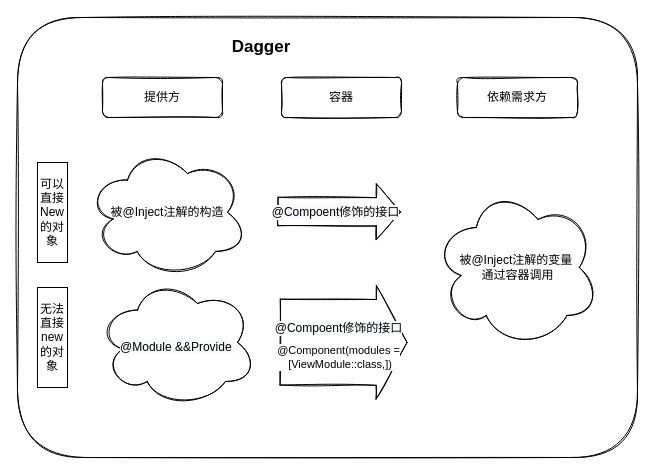
This is image/未命名绘图.drawio from Xiaojiu666/Knowledge, a draw.io file, before an edit. Source tidied: cells renumbered, new cells numbered last; positions are measured from the earlier drawing's top-left corner, leaving out a move shared by most shapes. Both pictures are drawn from the tidied source at 100%, with x=0, y=0 at pixel (17, 17).
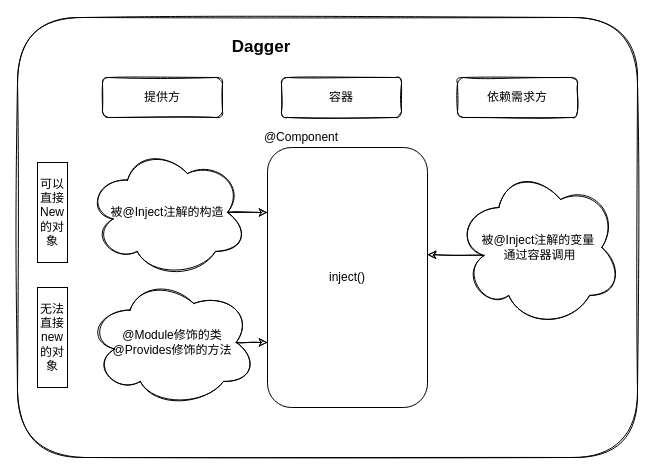
The same diagram, later.

The change refers to these unchanged cells:
```xml
<mxCell id="7" value="被@Inject注解的构造" style="ellipse;shape=cloud;whiteSpace=wrap;html=1;rounded=1;sketch=1;" parent="1" vertex="1">
  <mxGeometry x="70" y="130" width="160" height="130" as="geometry" />
</mxCell>
```

Diff of the diagram source:
```diff
@@
-    <mxCell id="3" style="ellipse;shape=cloud;whiteSpace=wrap;html=1;rounded=1;sketch=1;" parent="1" vertex="1">
-      <mxGeometry x="80" y="260" width="160" height="130" as="geometry" />
+    <mxCell id="3" value="@Module修饰的类&lt;br&gt;@Provides修饰的方法" style="ellipse;shape=cloud;whiteSpace=wrap;html=1;rounded=1;sketch=1;" parent="1" vertex="1">
+      <mxGeometry x="70" y="260" width="170" height="130" as="geometry" />
     </mxCell>
@@
-    <mxCell id="8" value="&lt;span style=&quot;color: rgb(0, 0, 0); font-family: helvetica; font-size: 12px; font-style: normal; font-weight: 400; letter-spacing: normal; text-align: center; text-indent: 0px; text-transform: none; word-spacing: 0px; background-color: rgb(248, 249, 250); display: inline; float: none;&quot;&gt;@Module &amp;amp;&amp;amp;Provide&amp;nbsp;&lt;/span&gt;" style="shape=flexArrow;endArrow=classic;html=1;width=28.333333333333336;endSize=7.750000000000001;sketch=1;endWidth=26.38888888888889;" parent="1" edge="1">
-      <mxGeometry x="-1" y="-169" relative="1" as="geometry">
-        <mxPoint x="260" y="194" as="sourcePoint" />
-        <mxPoint x="383.5" y="194.4" as="targetPoint" />
-        <mxPoint x="-99" y="-33" as="offset" />
-      </mxGeometry>
-    </mxCell>
-    <mxCell id="9" value="&lt;span style=&quot;font-size: 12px ; background-color: rgb(248 , 249 , 250)&quot;&gt;@Compoent修饰的接口&lt;/span&gt;" style="edgeLabel;html=1;align=center;verticalAlign=middle;" parent="8" vertex="1">
-      <mxGeometry x="-0.48" y="-1" relative="1" as="geometry">
-        <mxPoint x="25.7" y="-0.4" as="offset" />
-      </mxGeometry>
-    </mxCell>
     <mxCell id="10" value="被@Inject注解的变量&amp;nbsp;&lt;br&gt;通过容器调用" style="ellipse;shape=cloud;whiteSpace=wrap;html=1;rounded=1;sketch=1;" parent="1" vertex="1">
-      <mxGeometry x="417.5" y="170" width="165" height="160" as="geometry" />
+      <mxGeometry x="440" y="150" width="165" height="160" as="geometry" />
     </mxCell>
@@
-    <mxCell id="14" style="shape=flexArrow;endArrow=classic;html=1;width=85.83333333333334;endSize=9.908333333333335;sketch=1;endWidth=26.38888888888889;" parent="1" edge="1">
-      <mxGeometry x="-1" y="-155" relative="1" as="geometry">
-        <mxPoint x="262.2" y="324.6" as="sourcePoint" />
-        <mxPoint x="390" y="325" as="targetPoint" />
-        <mxPoint x="-122" y="-60" as="offset" />
-      </mxGeometry>
-    </mxCell>
-    <mxCell id="15" value="&lt;span style=&quot;font-size: 12px ; background-color: rgb(248 , 249 , 250)&quot;&gt;@Compoent修饰的接口&lt;/span&gt;" style="edgeLabel;html=1;align=center;verticalAlign=middle;" parent="14" vertex="1">
-      <mxGeometry x="-0.48" y="-1" relative="1" as="geometry">
-        <mxPoint x="25.7" y="-15.7" as="offset" />
-      </mxGeometry>
-    </mxCell>
-    <mxCell id="16" value="@Component(modules =&lt;br&gt;&amp;nbsp;[ViewModule::class,])" style="edgeLabel;html=1;align=center;verticalAlign=middle;" parent="14" vertex="1">
-      <mxGeometry x="-0.54" y="-6" relative="1" as="geometry">
-        <mxPoint x="29.4" y="9.3" as="offset" />
-      </mxGeometry>
-    </mxCell>
+    <mxCell id="17" value="inject()" style="rounded=1;whiteSpace=wrap;html=1;" parent="1" vertex="1">
+      <mxGeometry x="250" y="130" width="160" height="260" as="geometry" />
+    </mxCell>
+    <mxCell id="18" style="endArrow=classic;html=1;exitX=0.875;exitY=0.5;exitDx=0;exitDy=0;exitPerimeter=0;entryX=0;entryY=0.25;entryDx=0;entryDy=0;sketch=1;" parent="1" edge="1" source="7" target="17">
+      <mxGeometry relative="1" as="geometry" />
+    </mxCell>
+    <mxCell id="19" style="endArrow=classic;html=1;exitX=0.875;exitY=0.5;exitDx=0;exitDy=0;exitPerimeter=0;entryX=0;entryY=0.75;entryDx=0;entryDy=0;sketch=1;" parent="1" edge="1" source="3" target="17">
+      <mxGeometry relative="1" as="geometry" />
+    </mxCell>
+    <mxCell id="20" style="endArrow=classic;html=1;exitX=0.16;exitY=0.55;exitDx=0;exitDy=0;exitPerimeter=0;entryX=1;entryY=0.412;entryDx=0;entryDy=0;entryPerimeter=0;sketch=1;" parent="1" edge="1" source="10" target="17">
+      <mxGeometry relative="1" as="geometry" />
+    </mxCell>
+    <mxCell id="21" value="@Component" style="text;html=1;strokeColor=none;fillColor=none;align=center;verticalAlign=middle;whiteSpace=wrap;rounded=0;" parent="1" vertex="1">
+      <mxGeometry x="264" y="110" width="40" height="20" as="geometry" />
+    </mxCell>
```
